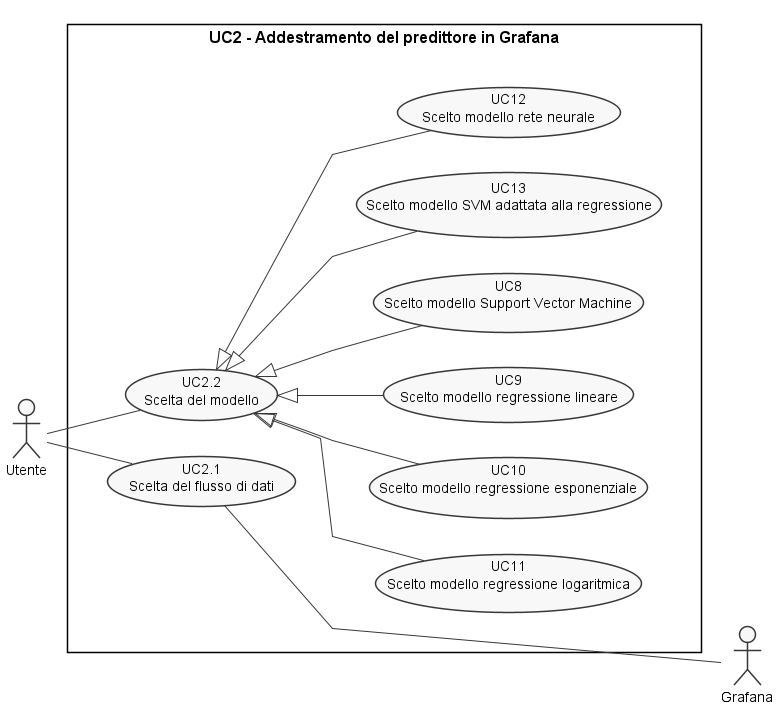
The PlantUML diagram esterni/analisi-dei-requisiti/components/casi-duso/diagrams/out/uc2.png in sofiabononi/project-docs, before a commit.
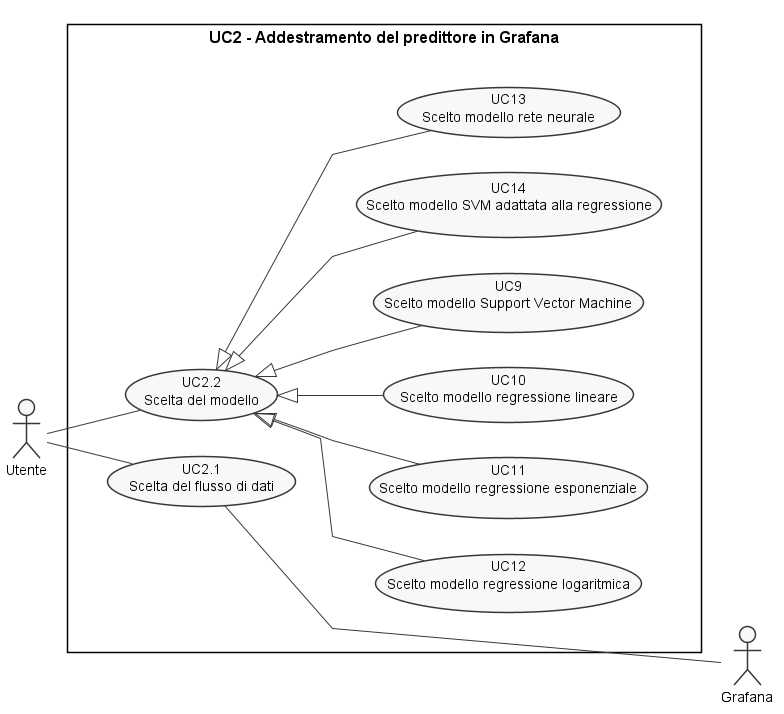
After the commit.

The edit, as a diff of the source:
```diff
@@ -12,12 +12,12 @@
     usecase (UC2.2) as "UC2.2\n Scelta del modello"
 }
     together {
-    usecase (UC8) as "UC8\n Scelto modello Support Vector Machine"
-    usecase (UC9) as "UC9\n Scelto modello regressione lineare"
-    usecase (UC10) as "UC10\n Scelto modello regressione esponenziale"
-    usecase (UC11) as "UC11\n Scelto modello regressione logaritmica"
-    usecase (UC12) as "UC12\n Scelto modello rete neurale"
-    usecase (UC13) as "UC13\n Scelto modello SVM adattata alla regressione"
+    usecase (UC9) as "UC9\n Scelto modello Support Vector Machine"
+    usecase (UC10) as "UC10\n Scelto modello regressione lineare"
+    usecase (UC11) as "UC11\n Scelto modello regressione esponenziale"
+    usecase (UC12) as "UC12\n Scelto modello regressione logaritmica"
+    usecase (UC13) as "UC13\n Scelto modello rete neurale"
+    usecase (UC14) as "UC14\n Scelto modello SVM adattata alla regressione"
   }
 }
 
@@ -26,11 +26,11 @@
 
 (UC2.1) --- :A1:
 
-(UC2.2) <|--(UC8)
 (UC2.2) <|--(UC9)
 (UC2.2) <|--(UC10)
 (UC2.2) <|--(UC11)
-(UC2.2) <|- (UC12)
+(UC2.2) <|--(UC12)
 (UC2.2) <|- (UC13)
+(UC2.2) <|- (UC14)
 
 @enduml
```
